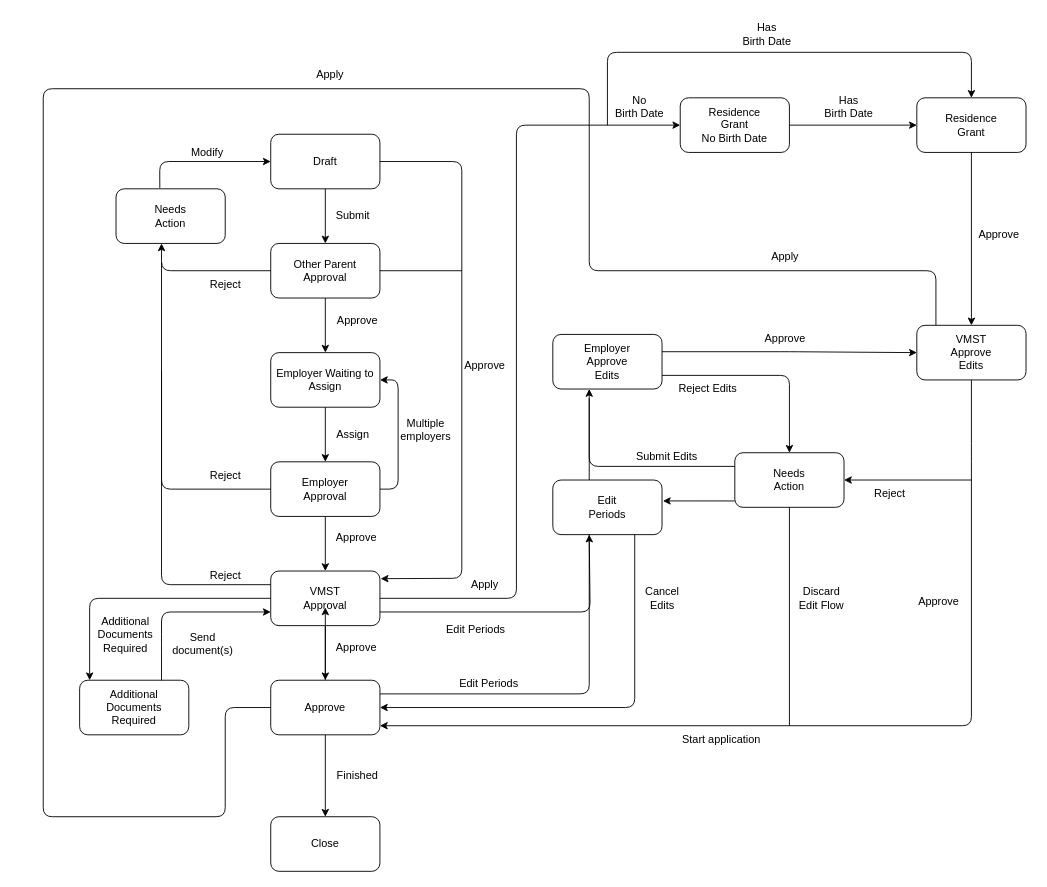
Before: libs/application/templates/parental-leave/assets/parental-leave-flow-chart.drawio in island-is/island.is, a draw.io diagram. Source tidied: cells renumbered, new cells numbered last; positions are measured from the earlier drawing's top-left corner, leaving out a move shared by most shapes. Both pictures are drawn from the tidied source at 91%, with x=0, y=0 at pixel (43, 15).
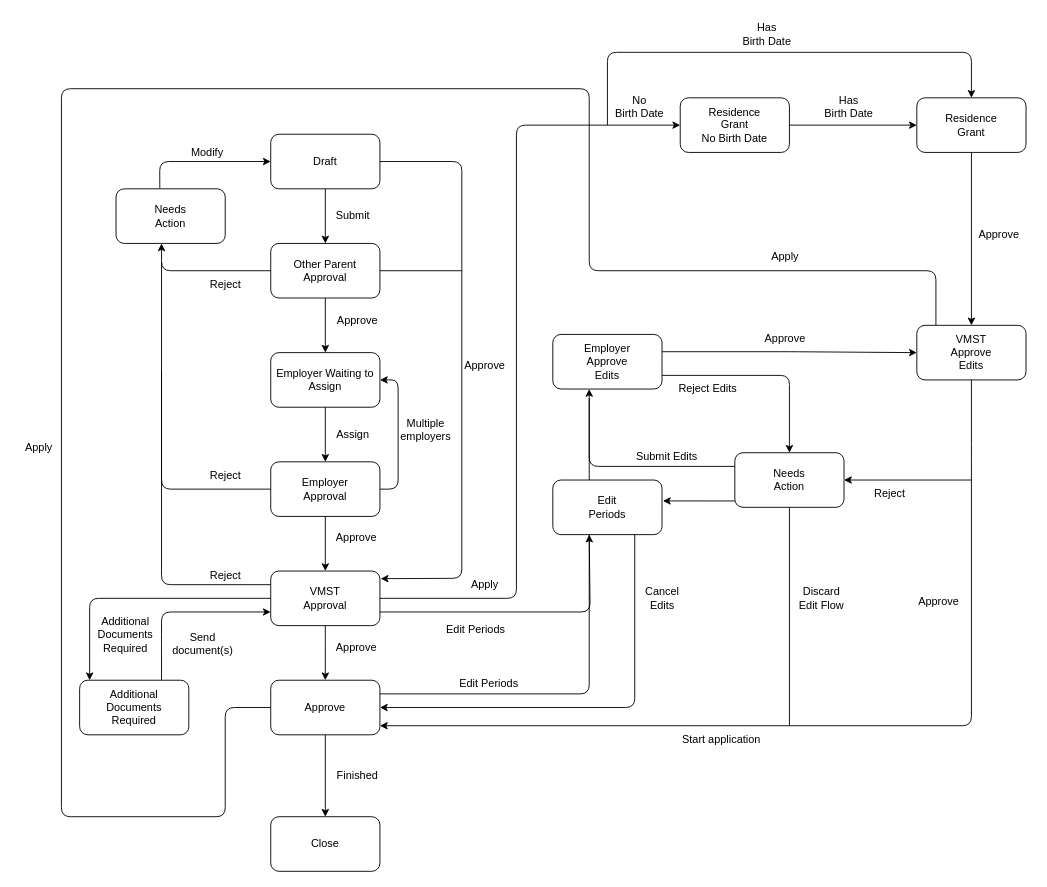
Above is the later version.

Commit message (it also covers changes not shown here):
add background color to flow

The change refers to these unchanged cells:
```xml
<mxCell id="10" value="Approve" style="rounded=1;whiteSpace=wrap;html=1;" parent="1" vertex="1">
  <mxGeometry x="250" y="730" width="120" height="60" as="geometry" />
</mxCell>
```

Diff of the diagram source:
```diff
@@
-<mxGraphModel>
+<mxGraphModel background="#ffffff">
@@
+    <mxCell id="9" style="edgeStyle=none;html=1;entryX=0.5;entryY=0;entryDx=0;entryDy=0;strokeColor=#000000;" parent="1" edge="1" target="10">
+      <mxGeometry relative="1" as="geometry">
+        <mxPoint x="310" y="670" as="sourcePoint" />
+        <Array as="points">
+          <mxPoint x="310" y="690" />
+        </Array>
+      </mxGeometry>
+    </mxCell>
@@
-    <mxCell id="8" style="edgeStyle=none;html=1;strokeColor=#FFFFFF;fontColor=#FFFFFF;" parent="1" edge="1" source="10">
-      <mxGeometry relative="1" as="geometry">
-        <mxPoint x="310" y="650" as="targetPoint" />
-      </mxGeometry>
-    </mxCell>
-    <mxCell id="9" style="edgeStyle=none;html=1;strokeColor=#000000;fontColor=#000000;" parent="1" edge="1" source="10">
-      <mxGeometry relative="1" as="geometry">
-        <mxPoint x="310" y="650" as="targetPoint" />
-      </mxGeometry>
-    </mxCell>
@@
-    <mxCell id="23" style="endArrow=classic;html=1;entryX=0.5;entryY=0;entryDx=0;entryDy=0;exitX=0.5;exitY=1;exitDx=0;exitDy=0;fontColor=#FFFFFF;strokeColor=#000000;" parent="1" edge="1">
-      <mxGeometry relative="1" as="geometry">
-        <mxPoint x="310" y="670" as="sourcePoint" />
-        <mxPoint x="310" y="730" as="targetPoint" />
-      </mxGeometry>
-    </mxCell>
@@
     <mxCell id="70" style="endArrow=none;html=1;entryX=0;entryY=0.5;entryDx=0;entryDy=0;fillColor=#f5f5f5;strokeColor=#000000;fontColor=#000000;" parent="1" edge="1" target="10">
       <mxGeometry relative="1" as="geometry">
         <mxPoint x="600" y="120" as="sourcePoint" />
         <Array as="points">
           <mxPoint x="600" y="80" />
-          <mxPoint y="80" />
-          <mxPoint y="880" />
+          <mxPoint x="20" y="80" />
+          <mxPoint x="20" y="880" />
           <mxPoint x="200" y="880" />
           <mxPoint x="200" y="760" />
         </Array>
       </mxGeometry>
     </mxCell>
@@
     <mxCell id="80" value="Apply" style="text;html=1;align=center;verticalAlign=middle;fillColor=none;fontColor=#000000;" parent="1" vertex="1">
-      <mxGeometry x="290" y="50" width="50" height="30" as="geometry" />
+      <mxGeometry x="-30" y="460" width="50" height="30" as="geometry" />
     </mxCell>
```
